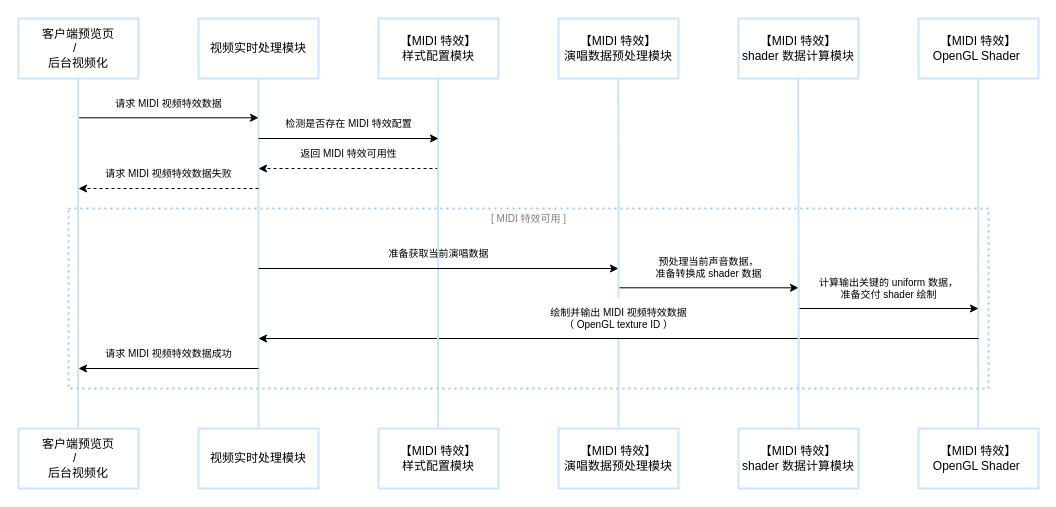
Tangdixi/tangdixi.github.io keeps this draw.io diagram as page "Page-1" (1 of 2) of Untitled Diagram.drawio. Above is the earlier version. Source tidied: cells renumbered, new cells numbered last; positions are measured from the earlier drawing's top-left corner, leaving out a move shared by most shapes. Both pictures are drawn from the tidied source at 100%, with x=0, y=0 at pixel (18, 18).
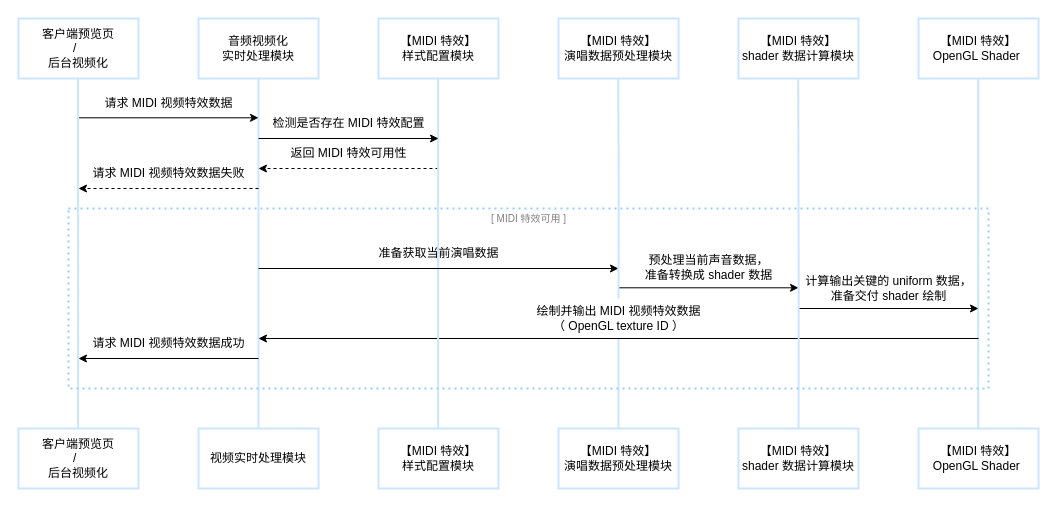
Above is the later version.

Change to the diagram source:
```diff
@@
-    <mxCell id="3" value="视频实时处理模块" style="rounded=0;whiteSpace=wrap;html=1;labelBackgroundColor=none;strokeWidth=2;strokeColor=#CCE5FF;" parent="1" vertex="1">
+    <mxCell id="3" value="音频视频化&lt;br&gt;实时处理模块" style="rounded=0;whiteSpace=wrap;html=1;labelBackgroundColor=none;strokeWidth=2;strokeColor=#CCE5FF;" parent="1" vertex="1">
       <mxGeometry x="180" width="120" height="60" as="geometry" />
     </mxCell>
@@
-    <mxCell id="10" value="请求 MIDI 视频特效数据" style="text;strokeColor=none;fillColor=none;html=1;fontSize=10;fontStyle=0;verticalAlign=middle;align=center;" parent="1" vertex="1">
+    <mxCell id="10" value="请求 MIDI 视频特效数据" style="text;strokeColor=none;fillColor=none;html=1;fontSize=12;fontStyle=0;verticalAlign=middle;align=center;" parent="1" vertex="1">
       <mxGeometry x="100" y="70" width="100" height="30" as="geometry" />
     </mxCell>
@@
-    <mxCell id="13" value="预处理当前声音数据，&lt;br style=&quot;font-size: 10px;&quot;&gt;准备转换成 shader 数据" style="text;strokeColor=none;fillColor=none;html=1;fontSize=10;fontStyle=0;verticalAlign=middle;align=center;" parent="1" vertex="1">
+    <mxCell id="13" value="预处理当前声音数据，&lt;br style=&quot;font-size: 12px;&quot;&gt;准备转换成 shader 数据" style="text;strokeColor=none;fillColor=none;html=1;fontSize=12;fontStyle=0;verticalAlign=middle;align=center;" parent="1" vertex="1">
       <mxGeometry x="640" y="229.3" width="100" height="40" as="geometry" />
     </mxCell>
-    <mxCell id="14" value="计算输出关键的 uniform 数据，&lt;br style=&quot;font-size: 10px;&quot;&gt;准备交付 shader 绘制" style="text;strokeColor=none;fillColor=none;html=1;fontSize=10;fontStyle=0;verticalAlign=middle;align=center;" parent="1" vertex="1">
+    <mxCell id="14" value="计算输出关键的 uniform 数据，&lt;br style=&quot;font-size: 12px;&quot;&gt;准备交付 shader 绘制" style="text;strokeColor=none;fillColor=none;html=1;fontSize=12;fontStyle=0;verticalAlign=middle;align=center;" parent="1" vertex="1">
       <mxGeometry x="820" y="250" width="100" height="40" as="geometry" />
     </mxCell>
@@
-    <mxCell id="18" value="&lt;div style=&quot;&quot;&gt;返回 MIDI 特效可用性&lt;/div&gt;" style="text;strokeColor=none;fillColor=none;html=1;fontSize=10;fontStyle=0;verticalAlign=middle;align=center;" parent="1" vertex="1">
+    <mxCell id="18" value="&lt;div style=&quot;font-size: 12px;&quot;&gt;返回 MIDI 特效可用性&lt;/div&gt;" style="text;strokeColor=none;fillColor=none;html=1;fontSize=12;fontStyle=0;verticalAlign=middle;align=center;" parent="1" vertex="1">
       <mxGeometry x="280" y="120" width="100" height="30" as="geometry" />
     </mxCell>
@@
-    <mxCell id="24" value="检测是否存在 MIDI 特效配置" style="text;strokeColor=none;fillColor=none;html=1;fontSize=10;fontStyle=0;verticalAlign=middle;align=center;" parent="1" vertex="1">
+    <mxCell id="24" value="检测是否存在 MIDI 特效配置" style="text;strokeColor=none;fillColor=none;html=1;fontSize=12;fontStyle=0;verticalAlign=middle;align=center;" parent="1" vertex="1">
       <mxGeometry x="280" y="90" width="100" height="30" as="geometry" />
     </mxCell>
@@
-    <mxCell id="27" value="绘制并输出 MIDI 视频特效数据&lt;br&gt;（ OpenGL texture ID ）" style="text;strokeColor=none;fillColor=none;html=1;fontSize=10;fontStyle=0;verticalAlign=middle;align=center;" parent="1" vertex="1">
+    <mxCell id="27" value="绘制并输出 MIDI 视频特效数据&lt;br style=&quot;font-size: 12px;&quot;&gt;（ OpenGL texture ID ）" style="text;strokeColor=none;fillColor=none;html=1;fontSize=12;fontStyle=0;verticalAlign=middle;align=center;" parent="1" vertex="1">
       <mxGeometry x="550" y="280" width="100" height="40" as="geometry" />
     </mxCell>
     <mxCell id="28" style="endArrow=classic;html=1;rounded=0;" parent="1" edge="1">
       <mxGeometry relative="1" as="geometry">
-        <mxPoint x="240" y="350" as="sourcePoint" />
-        <mxPoint x="60" y="350" as="targetPoint" />
+        <mxPoint x="240" y="340" as="sourcePoint" />
+        <mxPoint x="60" y="340" as="targetPoint" />
       </mxGeometry>
     </mxCell>
-    <mxCell id="29" value="请求 MIDI 视频特效数据成功" style="text;strokeColor=none;fillColor=none;html=1;fontSize=10;fontStyle=0;verticalAlign=middle;align=center;" parent="1" vertex="1">
-      <mxGeometry x="100" y="320" width="100" height="30" as="geometry" />
+    <mxCell id="29" value="请求 MIDI 视频特效数据成功" style="text;strokeColor=none;fillColor=none;html=1;fontSize=12;fontStyle=0;verticalAlign=middle;align=center;" parent="1" vertex="1">
+      <mxGeometry x="100" y="310" width="100" height="30" as="geometry" />
     </mxCell>
@@
-    <mxCell id="32" value="请求 MIDI 视频特效数据失败" style="text;strokeColor=none;fillColor=none;html=1;fontSize=10;fontStyle=0;verticalAlign=middle;align=center;" parent="1" vertex="1">
+    <mxCell id="32" value="请求 MIDI 视频特效数据失败" style="text;strokeColor=none;fillColor=none;html=1;fontSize=12;fontStyle=0;verticalAlign=middle;align=center;" parent="1" vertex="1">
       <mxGeometry x="100" y="140" width="100" height="30" as="geometry" />
     </mxCell>
@@
-    <mxCell id="34" value="准备获取当前演唱数据" style="text;strokeColor=none;fillColor=none;html=1;fontSize=10;fontStyle=0;verticalAlign=middle;align=center;" parent="1" vertex="1">
+    <mxCell id="34" value="准备获取当前演唱数据" style="text;strokeColor=none;fillColor=none;html=1;fontSize=12;fontStyle=0;verticalAlign=middle;align=center;" parent="1" vertex="1">
       <mxGeometry x="370" y="220" width="100" height="30" as="geometry" />
     </mxCell>
```
